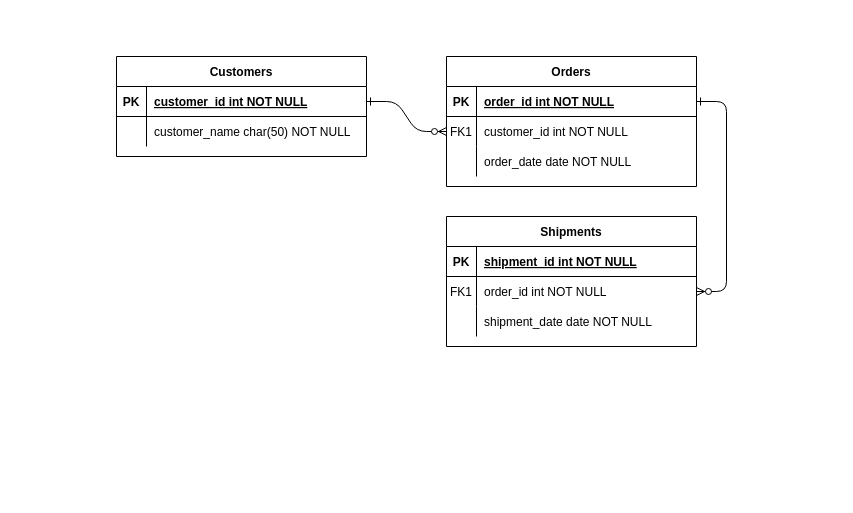
AkhilVeluru/Instagram-Data_Modeling-Analytics keeps this draw.io diagram as Untitled Diagram.drawio. Above is the earlier version. Source tidied: cells renumbered, new cells numbered last; positions are measured from the earlier drawing's top-left corner, leaving out a move shared by most shapes. Both pictures are drawn from the tidied source at 100%, with x=0, y=0 at pixel (116, 56).
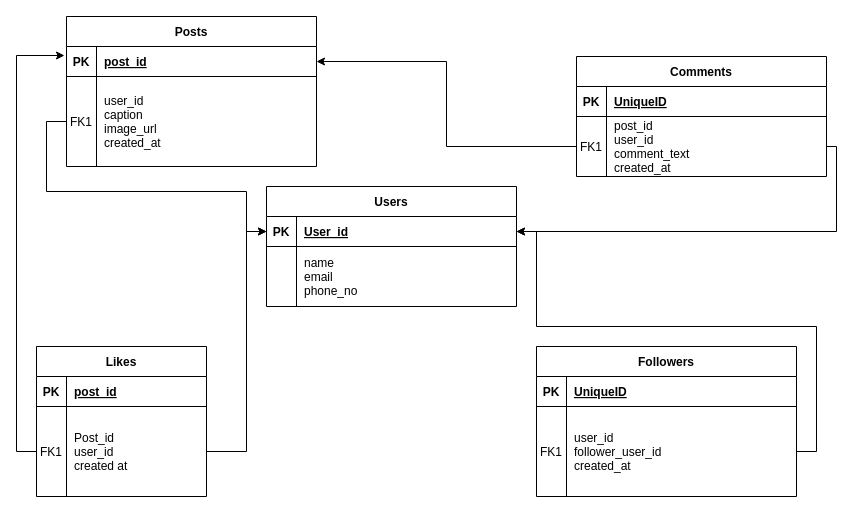
The same diagram, later.

Commit message:
Instagram Data Model.drawio

The change refers to these unchanged cells:
```xml
<mxCell id="5" style="shape=partialRectangle;fillColor=none;points=[[0,0.5],[1,0.5]];portConstraint=eastwest;top=0;left=0;right=0;bottom=1;" parent="4" vertex="1">
  <mxGeometry y="30" width="250" height="30" as="geometry" />
</mxCell>
<mxCell id="15" style="shape=partialRectangle;fillColor=none;top=0;left=0;right=0;bottom=1;" parent="14" vertex="1">
  <mxGeometry y="30" width="250" height="30" as="geometry" />
</mxCell>
<mxCell id="25" style="shape=partialRectangle;fillColor=none;points=[[0,0.5],[1,0.5]];portConstraint=eastwest;top=0;left=0;right=0;bottom=1;" parent="24" vertex="1">
  <mxGeometry y="30" width="250" height="30" as="geometry" />
</mxCell>
```

The edit, as a diff of the source:
```diff
@@
-    <mxCell id="2" style="edgeStyle=entityRelationEdgeStyle;endArrow=ERzeroToMany;startArrow=ERone;endFill=1;startFill=0;" parent="1" edge="1" source="25" target="8">
-      <mxGeometry relative="1" as="geometry" />
-    </mxCell>
-    <mxCell id="3" style="edgeStyle=entityRelationEdgeStyle;endArrow=ERzeroToMany;startArrow=ERone;endFill=1;startFill=0;" parent="1" edge="1" source="5" target="18">
-      <mxGeometry relative="1" as="geometry" />
-    </mxCell>
-    <mxCell id="4" value="Orders" style="shape=table;startSize=30;childLayout=tableLayout;rowLines=0;fontStyle=1;align=center;" parent="1" vertex="1">
-      <mxGeometry x="330" width="250" height="130" as="geometry" />
+    <mxCell id="4" value="Posts" style="shape=table;startSize=30;childLayout=tableLayout;rowLines=0;fontStyle=1;align=center;" parent="1" vertex="1">
+      <mxGeometry x="-50" y="-40" width="250" height="150" as="geometry" />
     </mxCell>
@@
-    <mxCell id="7" value="order_id int NOT NULL " style="shape=partialRectangle;overflow=hidden;fillColor=none;top=0;left=0;bottom=0;right=0;align=left;spacingLeft=6;fontStyle=5;" parent="5" vertex="1">
+    <mxCell id="7" value="post_id" style="shape=partialRectangle;overflow=hidden;fillColor=none;top=0;left=0;bottom=0;right=0;align=left;spacingLeft=6;fontStyle=5;" parent="5" vertex="1">
       <mxGeometry x="30" width="220" height="30" as="geometry" />
     </mxCell>
     <mxCell id="8" style="shape=partialRectangle;fillColor=none;points=[[0,0.5],[1,0.5]];portConstraint=eastwest;top=0;left=0;right=0;bottom=0;" parent="4" vertex="1">
-      <mxGeometry y="60" width="250" height="30" as="geometry" />
+      <mxGeometry y="60" width="250" height="90" as="geometry" />
     </mxCell>
     <mxCell id="9" value="FK1" style="shape=partialRectangle;overflow=hidden;fillColor=none;top=0;left=0;bottom=0;right=0;" parent="8" vertex="1">
-      <mxGeometry width="30" height="30" as="geometry" />
+      <mxGeometry width="30" height="90" as="geometry" />
     </mxCell>
-    <mxCell id="10" value="customer_id int NOT NULL" style="shape=partialRectangle;overflow=hidden;fillColor=none;top=0;left=0;bottom=0;right=0;align=left;spacingLeft=6;" parent="8" vertex="1">
-      <mxGeometry x="30" width="220" height="30" as="geometry" />
+    <mxCell id="10" value="user_id&#10;caption&#10;image_url&#10;created_at" style="shape=partialRectangle;overflow=hidden;fillColor=none;top=0;left=0;bottom=0;right=0;align=left;spacingLeft=6;" parent="8" vertex="1">
+      <mxGeometry x="30" width="220" height="90" as="geometry" />
     </mxCell>
-    <mxCell id="11" style="shape=partialRectangle;fillColor=none;top=0;left=0;right=0;bottom=0;" parent="4" vertex="1">
-      <mxGeometry y="90" width="250" height="30" as="geometry" />
-    </mxCell>
-    <mxCell id="12" style="shape=partialRectangle;overflow=hidden;fillColor=none;top=0;left=0;bottom=0;right=0;" parent="11" vertex="1">
-      <mxGeometry width="30" height="30" as="geometry" />
-    </mxCell>
-    <mxCell id="13" value="order_date date NOT NULL" style="shape=partialRectangle;overflow=hidden;fillColor=none;top=0;left=0;bottom=0;right=0;align=left;spacingLeft=6;" parent="11" vertex="1">
-      <mxGeometry x="30" width="220" height="30" as="geometry" />
-    </mxCell>
-    <mxCell id="14" value="Shipments" style="shape=table;startSize=30;childLayout=tableLayout;rowLines=0;fontStyle=1;align=center;" parent="1" vertex="1">
-      <mxGeometry x="330" y="160" width="250" height="130" as="geometry" />
+    <mxCell id="14" value="Comments" style="shape=table;startSize=30;childLayout=tableLayout;rowLines=0;fontStyle=1;align=center;" parent="1" vertex="1">
+      <mxGeometry x="460" width="250" height="120" as="geometry" />
     </mxCell>
@@
-    <mxCell id="17" value="shipment_id int NOT NULL " style="shape=partialRectangle;overflow=hidden;fillColor=none;top=0;left=0;bottom=0;right=0;align=left;spacingLeft=6;fontStyle=5;" parent="15" vertex="1">
+    <mxCell id="17" value="UniqueID" style="shape=partialRectangle;overflow=hidden;fillColor=none;top=0;left=0;bottom=0;right=0;align=left;spacingLeft=6;fontStyle=5;" parent="15" vertex="1">
       <mxGeometry x="30" width="220" height="30" as="geometry" />
     </mxCell>
     <mxCell id="18" style="shape=partialRectangle;fillColor=none;points=[[0,0.5],[1,0.5]];portConstraint=eastwest;top=0;left=0;right=0;bottom=0;" parent="14" vertex="1">
-      <mxGeometry y="60" width="250" height="30" as="geometry" />
+      <mxGeometry y="60" width="250" height="60" as="geometry" />
     </mxCell>
     <mxCell id="19" value="FK1" style="shape=partialRectangle;overflow=hidden;fillColor=none;top=0;left=0;bottom=0;right=0;" parent="18" vertex="1">
-      <mxGeometry width="30" height="30" as="geometry" />
+      <mxGeometry width="30" height="60" as="geometry" />
     </mxCell>
-    <mxCell id="20" value="order_id int NOT NULL" style="shape=partialRectangle;overflow=hidden;fillColor=none;top=0;left=0;bottom=0;right=0;align=left;spacingLeft=6;" parent="18" vertex="1">
-      <mxGeometry x="30" width="220" height="30" as="geometry" />
+    <mxCell id="20" value="post_id&#10;user_id&#10;comment_text&#10;created_at" style="shape=partialRectangle;overflow=hidden;fillColor=none;top=0;left=0;bottom=0;right=0;align=left;spacingLeft=6;" parent="18" vertex="1">
+      <mxGeometry x="30" width="220" height="60" as="geometry" />
     </mxCell>
-    <mxCell id="21" style="shape=partialRectangle;fillColor=none;top=0;left=0;right=0;bottom=0;" parent="14" vertex="1">
-      <mxGeometry y="90" width="250" height="30" as="geometry" />
-    </mxCell>
-    <mxCell id="22" style="shape=partialRectangle;overflow=hidden;fillColor=none;top=0;left=0;bottom=0;right=0;" parent="21" vertex="1">
-      <mxGeometry width="30" height="30" as="geometry" />
-    </mxCell>
-    <mxCell id="23" value="shipment_date date NOT NULL" style="shape=partialRectangle;overflow=hidden;fillColor=none;top=0;left=0;bottom=0;right=0;align=left;spacingLeft=6;" parent="21" vertex="1">
-      <mxGeometry x="30" width="220" height="30" as="geometry" />
-    </mxCell>
-    <mxCell id="24" value="Customers" style="shape=table;startSize=30;childLayout=tableLayout;rowLines=0;fontStyle=1;align=center;" parent="1" vertex="1">
-      <mxGeometry width="250" height="100" as="geometry" />
+    <mxCell id="24" value="Users" style="shape=table;startSize=30;childLayout=tableLayout;rowLines=0;fontStyle=1;align=center;" parent="1" vertex="1">
+      <mxGeometry x="150" y="130" width="250" height="120" as="geometry" />
     </mxCell>
@@
-    <mxCell id="27" value="customer_id int NOT NULL " style="shape=partialRectangle;overflow=hidden;fillColor=none;top=0;left=0;bottom=0;right=0;align=left;spacingLeft=6;fontStyle=5;" parent="25" vertex="1">
+    <mxCell id="27" value="User_id" style="shape=partialRectangle;overflow=hidden;fillColor=none;top=0;left=0;bottom=0;right=0;align=left;spacingLeft=6;fontStyle=5;" parent="25" vertex="1">
       <mxGeometry x="30" width="220" height="30" as="geometry" />
     </mxCell>
     <mxCell id="28" style="shape=partialRectangle;fillColor=none;top=0;left=0;right=0;bottom=0;" parent="24" vertex="1">
-      <mxGeometry y="60" width="250" height="30" as="geometry" />
+      <mxGeometry y="60" width="250" height="60" as="geometry" />
     </mxCell>
     <mxCell id="29" style="shape=partialRectangle;overflow=hidden;fillColor=none;top=0;left=0;bottom=0;right=0;" parent="28" vertex="1">
-      <mxGeometry width="30" height="30" as="geometry" />
+      <mxGeometry width="30" height="60" as="geometry" />
     </mxCell>
-    <mxCell id="30" value="customer_name char(50) NOT NULL" style="shape=partialRectangle;overflow=hidden;fillColor=none;top=0;left=0;bottom=0;right=0;align=left;spacingLeft=6;" parent="28" vertex="1">
-      <mxGeometry x="30" width="220" height="30" as="geometry" />
+    <mxCell id="30" value="name&#10;email&#10;phone_no" style="shape=partialRectangle;overflow=hidden;fillColor=none;top=0;left=0;bottom=0;right=0;align=left;spacingLeft=6;" parent="28" vertex="1">
+      <mxGeometry x="30" width="220" height="60" as="geometry" />
     </mxCell>
+    <mxCell id="31" value="Likes" style="shape=table;startSize=30;childLayout=tableLayout;rowLines=0;fontStyle=1;align=center;" parent="1" vertex="1">
+      <mxGeometry x="-80" y="290" width="170" height="150" as="geometry" />
+    </mxCell>
+    <mxCell id="32" style="shape=partialRectangle;fillColor=none;top=0;left=0;right=0;bottom=1;" parent="31" vertex="1">
+      <mxGeometry y="30" width="170" height="30" as="geometry" />
+    </mxCell>
+    <mxCell id="33" value="PK" style="shape=partialRectangle;overflow=hidden;fillColor=none;top=0;left=0;bottom=0;right=0;fontStyle=1;" parent="32" vertex="1">
+      <mxGeometry width="30" height="30" as="geometry" />
+    </mxCell>
+    <mxCell id="34" value="post_id" style="shape=partialRectangle;overflow=hidden;fillColor=none;top=0;left=0;bottom=0;right=0;align=left;spacingLeft=6;fontStyle=5;" parent="32" vertex="1">
+      <mxGeometry x="30" width="140" height="30" as="geometry" />
+    </mxCell>
+    <mxCell id="35" style="shape=partialRectangle;fillColor=none;points=[[0,0.5],[1,0.5]];portConstraint=eastwest;top=0;left=0;right=0;bottom=0;" parent="31" vertex="1">
+      <mxGeometry y="60" width="170" height="90" as="geometry" />
+    </mxCell>
+    <mxCell id="36" value="FK1" style="shape=partialRectangle;overflow=hidden;fillColor=none;top=0;left=0;bottom=0;right=0;" parent="35" vertex="1">
+      <mxGeometry width="30" height="90" as="geometry" />
+    </mxCell>
+    <mxCell id="37" value="Post_id&#10;user_id&#10;created at" style="shape=partialRectangle;overflow=hidden;fillColor=none;top=0;left=0;bottom=0;right=0;align=left;spacingLeft=6;" parent="35" vertex="1">
+      <mxGeometry x="30" width="140" height="90" as="geometry" />
+    </mxCell>
+    <mxCell id="38" value="Followers" style="shape=table;startSize=30;childLayout=tableLayout;rowLines=0;fontStyle=1;align=center;" parent="1" vertex="1">
+      <mxGeometry x="420" y="290" width="260" height="150" as="geometry" />
+    </mxCell>
+    <mxCell id="39" style="shape=partialRectangle;fillColor=none;top=0;left=0;right=0;bottom=1;" parent="38" vertex="1">
+      <mxGeometry y="30" width="260" height="30" as="geometry" />
+    </mxCell>
+    <mxCell id="40" value="PK" style="shape=partialRectangle;overflow=hidden;fillColor=none;top=0;left=0;bottom=0;right=0;fontStyle=1;" parent="39" vertex="1">
+      <mxGeometry width="30" height="30" as="geometry" />
+    </mxCell>
+    <mxCell id="41" value="UniqueID" style="shape=partialRectangle;overflow=hidden;fillColor=none;top=0;left=0;bottom=0;right=0;align=left;spacingLeft=6;fontStyle=5;" parent="39" vertex="1">
+      <mxGeometry x="30" width="230" height="30" as="geometry" />
+    </mxCell>
+    <mxCell id="42" style="shape=partialRectangle;fillColor=none;points=[[0,0.5],[1,0.5]];portConstraint=eastwest;top=0;left=0;right=0;bottom=0;" parent="38" vertex="1">
+      <mxGeometry y="60" width="260" height="90" as="geometry" />
+    </mxCell>
+    <mxCell id="43" value="FK1" style="shape=partialRectangle;overflow=hidden;fillColor=none;top=0;left=0;bottom=0;right=0;" parent="42" vertex="1">
+      <mxGeometry width="30" height="90" as="geometry" />
+    </mxCell>
+    <mxCell id="44" value="user_id&#10;follower_user_id&#10;created_at" style="shape=partialRectangle;overflow=hidden;fillColor=none;top=0;left=0;bottom=0;right=0;align=left;spacingLeft=6;" parent="42" vertex="1">
+      <mxGeometry x="30" width="230" height="90" as="geometry" />
+    </mxCell>
+    <mxCell id="45" style="edgeStyle=orthogonalEdgeStyle;rounded=0;jettySize=auto;html=1;entryX=-0.008;entryY=0.3;entryDx=0;entryDy=0;entryPerimeter=0;" parent="1" edge="1" source="35" target="5">
+      <mxGeometry relative="1" as="geometry">
+        <Array as="points">
+          <mxPoint x="-100" y="395" />
+          <mxPoint x="-100" y="-1" />
+        </Array>
+      </mxGeometry>
+    </mxCell>
+    <mxCell id="46" style="edgeStyle=orthogonalEdgeStyle;rounded=0;jettySize=auto;html=1;entryX=0;entryY=0.5;entryDx=0;entryDy=0;" parent="1" edge="1" source="8" target="25">
+      <mxGeometry relative="1" as="geometry">
+        <Array as="points">
+          <mxPoint x="-70" y="65" />
+          <mxPoint x="-70" y="135" />
+          <mxPoint x="130" y="135" />
+          <mxPoint x="130" y="175" />
+        </Array>
+      </mxGeometry>
+    </mxCell>
+    <mxCell id="47" style="edgeStyle=orthogonalEdgeStyle;rounded=0;jettySize=auto;html=1;entryX=1;entryY=0.5;entryDx=0;entryDy=0;" parent="1" edge="1" source="18" target="5">
+      <mxGeometry relative="1" as="geometry" />
+    </mxCell>
+    <mxCell id="48" style="edgeStyle=orthogonalEdgeStyle;rounded=0;jettySize=auto;html=1;entryX=1;entryY=0.5;entryDx=0;entryDy=0;" parent="1" edge="1" source="42" target="25">
+      <mxGeometry relative="1" as="geometry">
+        <Array as="points">
+          <mxPoint x="700" y="395" />
+          <mxPoint x="700" y="270" />
+          <mxPoint x="420" y="270" />
+          <mxPoint x="420" y="175" />
+        </Array>
+      </mxGeometry>
+    </mxCell>
+    <mxCell id="49" style="edgeStyle=orthogonalEdgeStyle;rounded=0;jettySize=auto;html=1;entryX=1;entryY=0.5;entryDx=0;entryDy=0;" parent="1" edge="1" source="18" target="25">
+      <mxGeometry relative="1" as="geometry">
+        <Array as="points">
+          <mxPoint x="720" y="90" />
+          <mxPoint x="720" y="175" />
+        </Array>
+      </mxGeometry>
+    </mxCell>
+    <mxCell id="50" style="edgeStyle=orthogonalEdgeStyle;rounded=0;jettySize=auto;html=1;entryX=0;entryY=0.5;entryDx=0;entryDy=0;" parent="1" edge="1" source="35" target="25">
+      <mxGeometry relative="1" as="geometry">
+        <Array as="points">
+          <mxPoint x="130" y="395" />
+          <mxPoint x="130" y="175" />
+        </Array>
+      </mxGeometry>
+    </mxCell>
```
